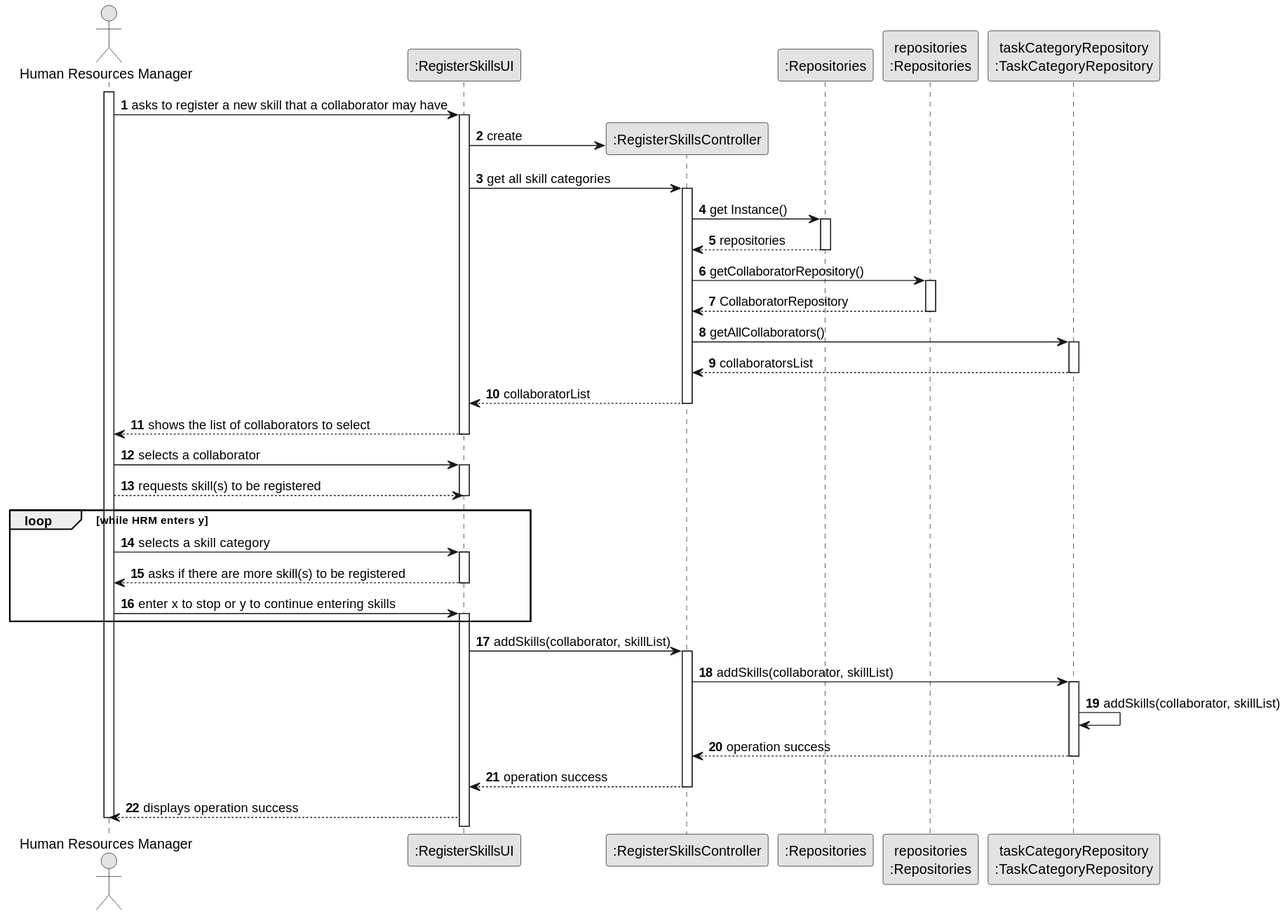
The PlantUML diagram docs/sprintB/us001/03.design/svg/us001-sequence-diagram-full.svg in RicardoMorim/lapr2-ISEP-Project, before a commit. The source it was exported from:
```plantuml
@startuml
skinparam monochrome true
skinparam packageStyle rectangle
skinparam shadowing false

autonumber

actor "Human Resources Manager" as HRM
participant ":RegisterSkillsUI" as RSUI
participant ":RegisterSkillsController" as RSC
participant ":Repositories" as R
participant "repositories\n:Repositories" as RR
participant "taskCategoryRepository\n:TaskCategoryRepository" as TCR

activate HRM
HRM -> RSUI: asks to register a new skill that a collaborator may have
activate RSUI
    RSUI -> RSC**: create
    RSUI -> RSC: get all skill categories
    activate RSC
        RSC -> R: get Instance()
        activate R
        RSC <-- R: repositories
        deactivate R
        RSC -> RR: getCollaboratorRepository()
        activate RR
        RSC <-- RR: CollaboratorRepository
        deactivate RR
        RSC -> TCR: getAllCollaborators()
        activate TCR
        RSC <-- TCR: collaboratorsList
        deactivate TCR
    RSUI <-- RSC: collaboratorList
    deactivate RSC
HRM <-- RSUI : shows the list of collaborators to select
deactivate RSUI
HRM -> RSUI: selects a collaborator
activate RSUI
RSUI <-- HRM: requests skill(s) to be registered

loop while HRM enters y
deactivate RSUI
HRM -> RSUI: selects a skill category
activate RSUI
HRM <-- RSUI: asks if there are more skill(s) to be registered
deactivate RSUI
HRM -> RSUI: enter x to stop or y to continue entering skills
activate RSUI
end
    RSUI -> RSC: addSkills(collaborator, skillList)
    activate RSC
        RSC -> TCR  : addSkills(collaborator, skillList)
        activate TCR
            TCR -> TCR  : addSkills(collaborator, skillList)
            RSC <-- TCR : operation success
        deactivate TCR
        RSUI <-- RSC: operation success
    deactivate RSC
HRM <-- RSUI: displays operation success
deactivate HRM




@enduml
```
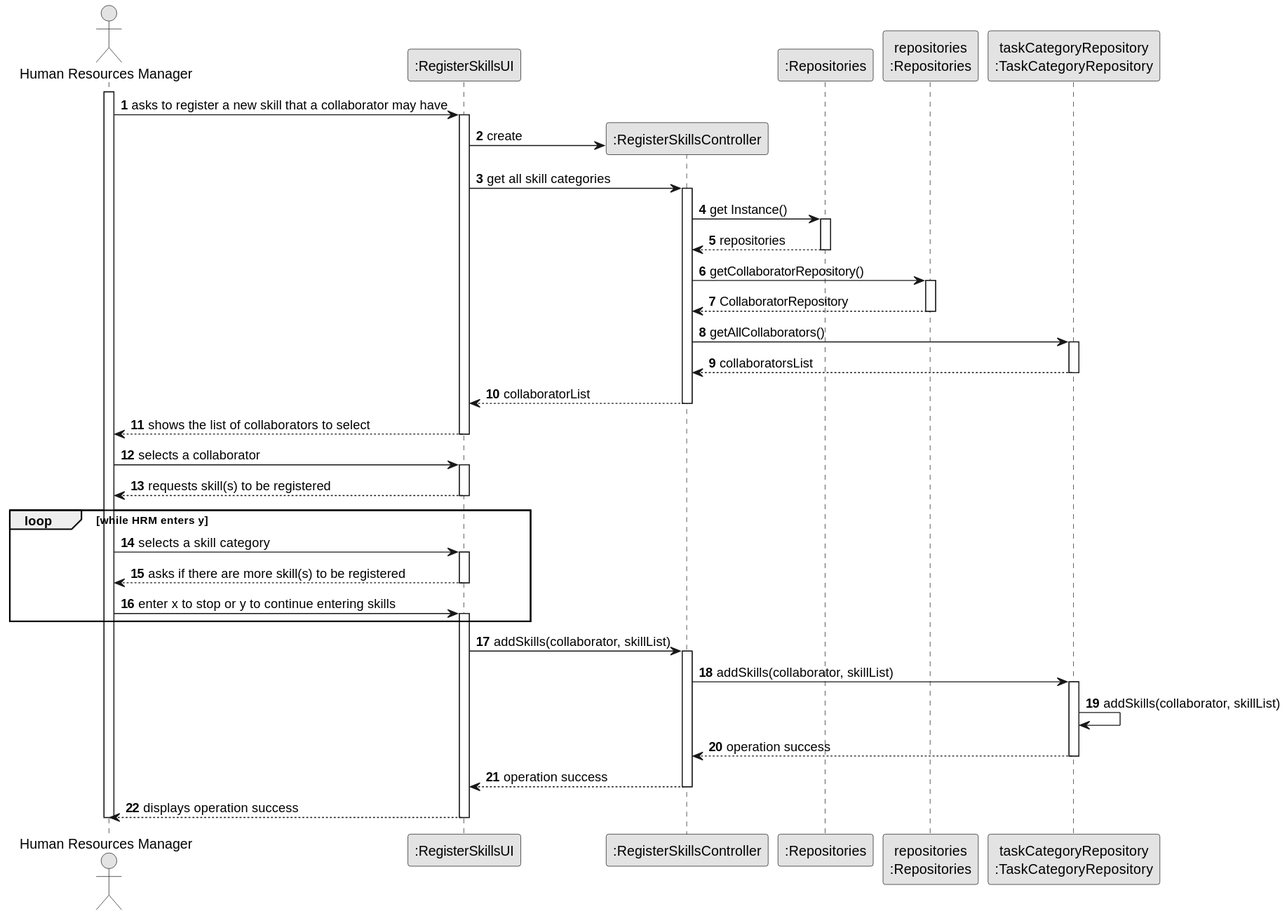
After the change.

Change to the diagram source:
```diff
@@ -36,7 +36,7 @@
 deactivate RSUI
 HRM -> RSUI: selects a collaborator
 activate RSUI
-RSUI <-- HRM: requests skill(s) to be registered
+RSUI --> HRM: requests skill(s) to be registered
 
 loop while HRM enters y
 deactivate RSUI
@@ -57,9 +57,6 @@
         RSUI <-- RSC: operation success
     deactivate RSC
 HRM <-- RSUI: displays operation success
+deactivate RSUI
 deactivate HRM
-
-
-
-
 @enduml
```
